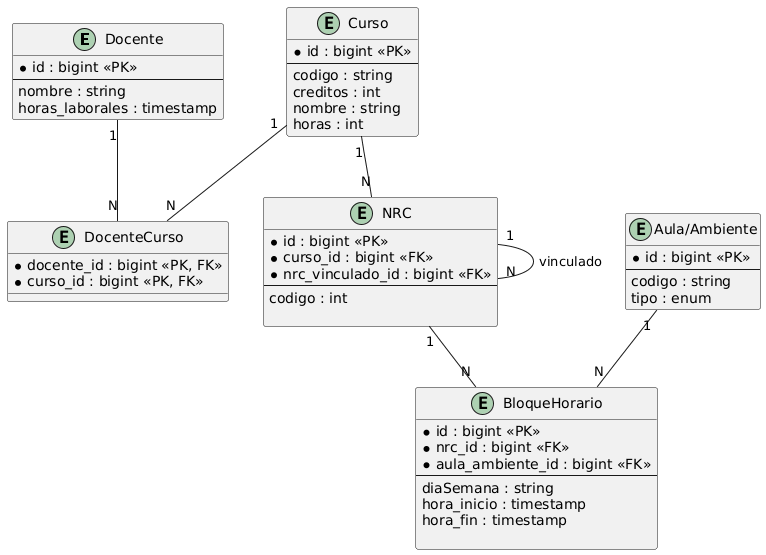
This is docs/arquitectura/modelo_kairos_2.png from josecitosorio-web/generador-horarios-uc, a PlantUML export, as it was before one commit.
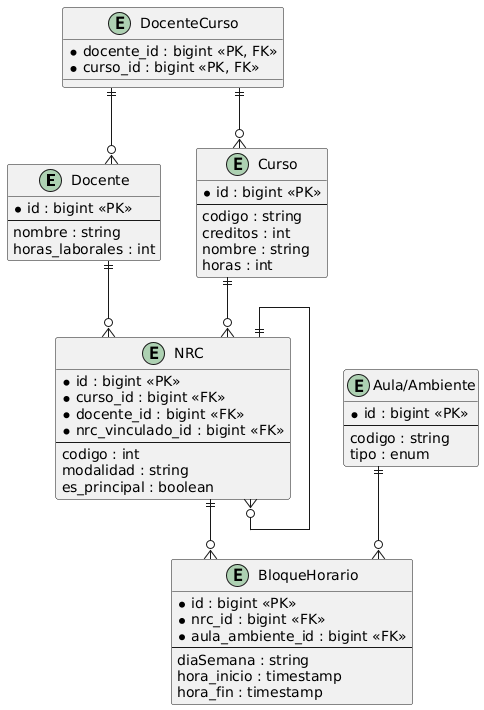
After the commit.

Change to the diagram source:
```diff
@@ -1,14 +1,16 @@
 @startuml
+skinparam linetype ortho
+skinparam roundcorner 5
+skinparam entity {
+  BackgroundColor White
+  BorderColor Black
+}
+
 entity "Docente" as docente {
   * id : bigint <<PK>>
   --
   nombre : string
-  horas_laborales : timestamp
-}
-
-entity "DocenteCurso" as docenteCurso {
-  * docente_id : bigint <<PK, FK>>
-  * curso_id : bigint <<PK, FK>>
+  horas_laborales : int
 }
 
 entity "Curso" as curso {
@@ -20,23 +22,30 @@
   horas : int
 }
 
-entity "Aula/Ambiente" as aulaAmbiente {
+entity "DocenteCurso" as docenteCurso {
+  * docente_id : bigint <<PK, FK>>
+  * curso_id : bigint <<PK, FK>>
+}
+
+entity "NRC" as nrc {
+  * id : bigint <<PK>>
+  * curso_id : bigint <<FK>>
+  * docente_id : bigint <<FK>>
+  * nrc_vinculado_id : bigint <<FK>>
+  --
+  codigo : int
+  modalidad : string
+  es_principal : boolean
+}
+
+entity "Aula/Ambiente" as aula {
   * id : bigint <<PK>>
   --
   codigo : string
   tipo : enum
 }
 
-entity "NRC" as nrc {
-  * id : bigint <<PK>>
-  * curso_id : bigint <<FK>>
-  * nrc_vinculado_id : bigint <<FK>>
-  --
-  codigo : int
-
-}
-
-entity "BloqueHorario" as bloqueHorario {
+entity "BloqueHorario" as bloque {
   * id : bigint <<PK>>
   * nrc_id : bigint <<FK>>
   * aula_ambiente_id : bigint <<FK>>
@@ -44,17 +53,17 @@
   diaSemana : string
   hora_inicio : timestamp
   hora_fin : timestamp
-
 }
 
-docente "1" -- "N" docenteCurso
-curso "1" -- "N" docenteCurso
+docente -[hidden]right- curso
 
-curso "1" -- "N" nrc
+docenteCurso ||--o{ docente
+docenteCurso ||--o{ curso
+curso        ||--o{ nrc
+docente      ||--o{ nrc
+nrc          ||--o{ nrc
+nrc          ||--o{ bloque
+aula         ||--o{ bloque
 
-nrc "1" -- "N" nrc : vinculado
-
-nrc "1" -- "N" bloqueHorario
-
-aulaAmbiente "1" -- "N" bloqueHorario
+nrc -[hidden]right- aula
 @enduml
```
